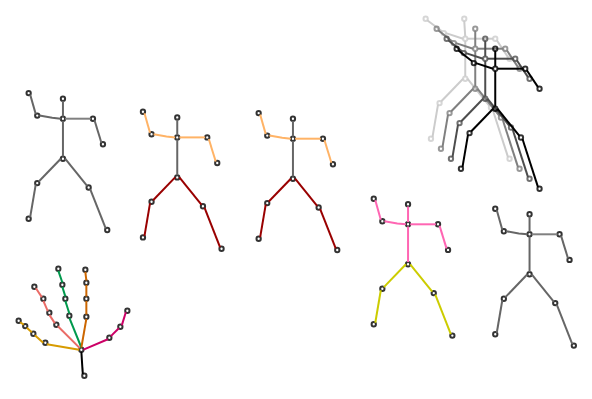
This is 骨骼图.drawio from HuCui2022/Images, a draw.io file, before an edit. Source tidied: cells renumbered, new cells numbered last; positions are measured from the earlier drawing's top-left corner, leaving out a move shared by most shapes. Both pictures are drawn from the tidied source at 100%, with x=0, y=0 at pixel (16, 16).
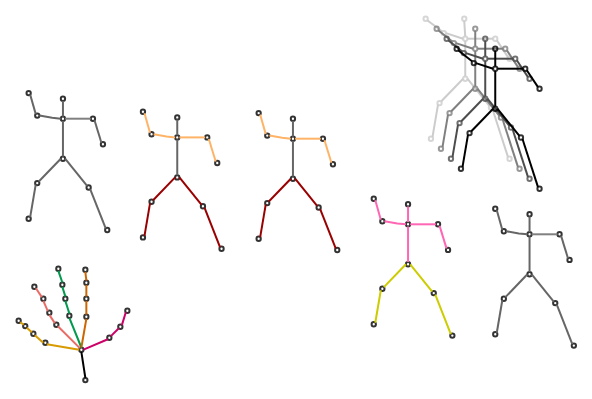
After the change.

Commit message:
更新骨骼图.drawio

The change refers to these unchanged cells:
```xml
<mxCell id="86" style="group;strokeWidth=2;" parent="1" vertex="1">
  <mxGeometry y="250" width="113" height="111.4" as="geometry" />
</mxCell>
<mxCell id="91" style="ellipse;whiteSpace=wrap;html=1;fillColor=none;opacity=80;strokeColor=#000000;strokeWidth=2;" parent="86" vertex="1">
  <mxGeometry x="62.7" y="81" width="4.3" height="4.4" as="geometry" />
</mxCell>
```

The edit, as a diff of the source:
```diff
@@
     <mxCell id="92" style="ellipse;whiteSpace=wrap;html=1;fillColor=none;opacity=80;strokeColor=#000000;strokeWidth=2;" parent="86" vertex="1">
-      <mxGeometry x="65.7" y="107" width="4.3" height="4.4" as="geometry" />
+      <mxGeometry x="66.7" y="111.4" width="4.3" height="4.4" as="geometry" />
     </mxCell>
@@
-    <mxCell id="108" style="endArrow=none;html=1;rounded=0;entryX=0;entryY=0;entryDx=0;entryDy=0;exitX=0.5;exitY=1;exitDx=0;exitDy=0;strokeWidth=2;" parent="86" edge="1" source="91" target="92">
+    <mxCell id="108" style="endArrow=none;html=1;rounded=0;entryX=0.5;entryY=0;entryDx=0;entryDy=0;exitX=0.5;exitY=1;exitDx=0;exitDy=0;strokeWidth=2;" parent="86" edge="1" source="91" target="92">
       <mxGeometry relative="1" as="geometry" />
     </mxCell>
```
